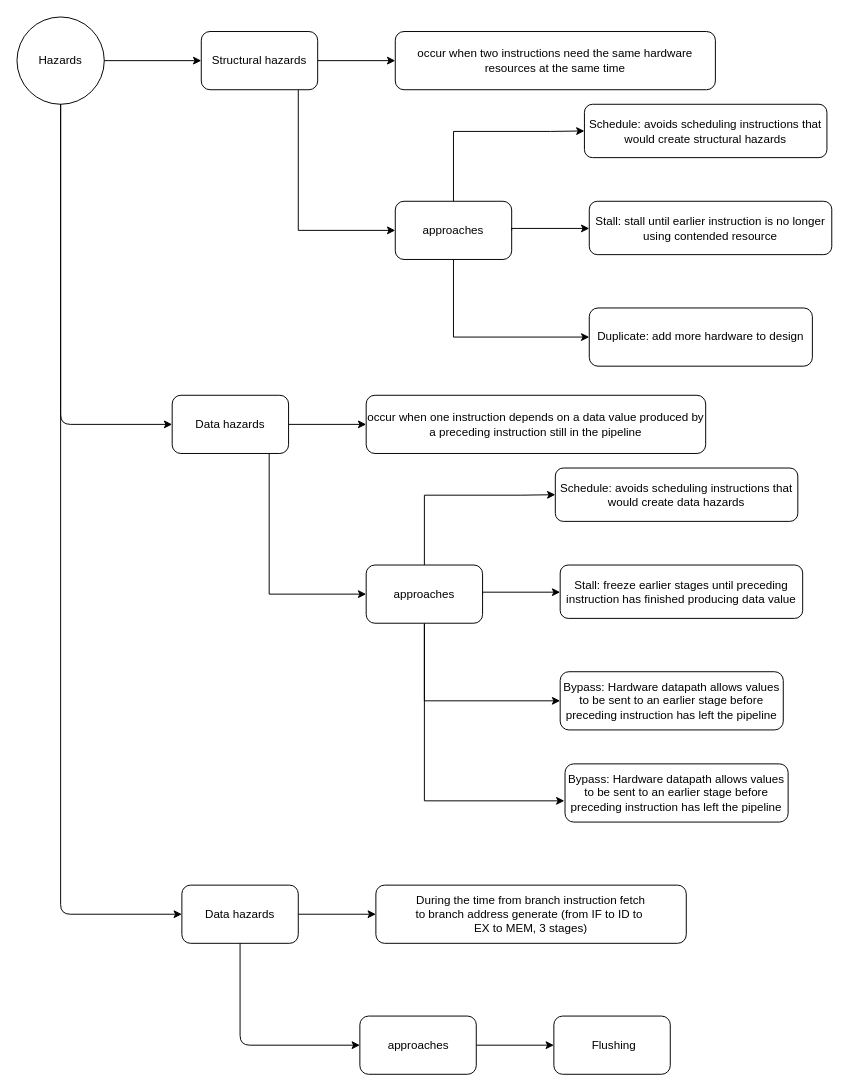
This is page "Page-1" (1 of 2) of Hazards.drawio from Rabbit-CHAN/FigureBed, a draw.io file, before an edit. Source tidied: cells renumbered, new cells numbered last; positions are measured from the earlier drawing's top-left corner, leaving out a move shared by most shapes. Both pictures are drawn from the tidied source at 97%, with x=0, y=0 at pixel (16, 16).
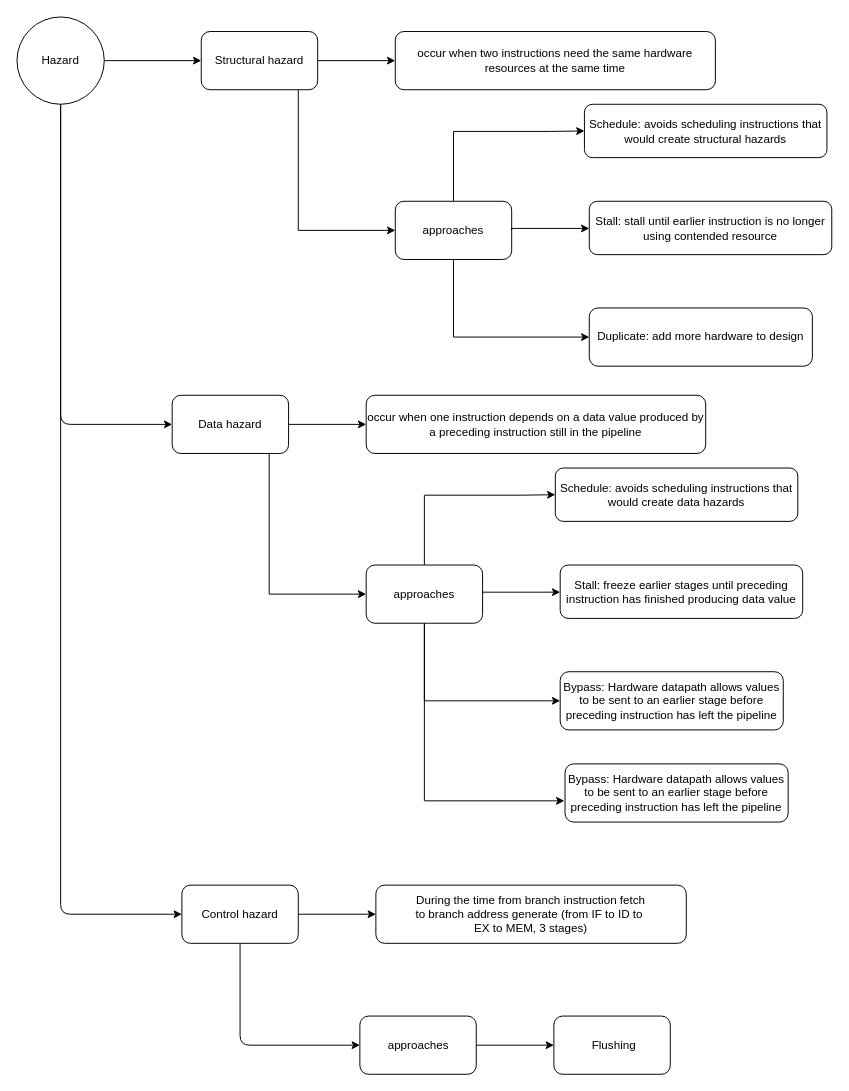
After the change.

Diff of the diagram source:
```diff
@@
-    <mxCell id="2" value="Hazards" style="ellipse;whiteSpace=wrap;html=1;fontFamily=Helvetica;fontSize=12;fontColor=#000000;align=center;strokeColor=#000000;fillColor=#ffffff;" parent="1" vertex="1">
+    <mxCell id="2" value="Hazard" style="ellipse;whiteSpace=wrap;html=1;fontFamily=Helvetica;fontSize=12;fontColor=#000000;align=center;strokeColor=#000000;fillColor=#ffffff;" parent="1" vertex="1">
       <mxGeometry width="90" height="90" as="geometry" />
     </mxCell>
@@
-    <mxCell id="5" value="Structural hazards" style="rounded=1;whiteSpace=wrap;html=1;" parent="1" vertex="1">
+    <mxCell id="5" value="Structural hazard" style="rounded=1;whiteSpace=wrap;html=1;" parent="1" vertex="1">
       <mxGeometry x="190" y="15" width="120" height="60" as="geometry" />
     </mxCell>
@@
-    <mxCell id="17" value="Data hazards" style="rounded=1;whiteSpace=wrap;html=1;" parent="1" vertex="1">
+    <mxCell id="17" value="Data hazard" style="rounded=1;whiteSpace=wrap;html=1;" parent="1" vertex="1">
       <mxGeometry x="160" y="390" width="120" height="60" as="geometry" />
     </mxCell>
@@
-    <mxCell id="30" value="Data hazards" style="rounded=1;whiteSpace=wrap;html=1;" parent="1" vertex="1">
+    <mxCell id="30" value="Control hazard" style="rounded=1;whiteSpace=wrap;html=1;" parent="1" vertex="1">
       <mxGeometry x="170" y="895" width="120" height="60" as="geometry" />
     </mxCell>
```
